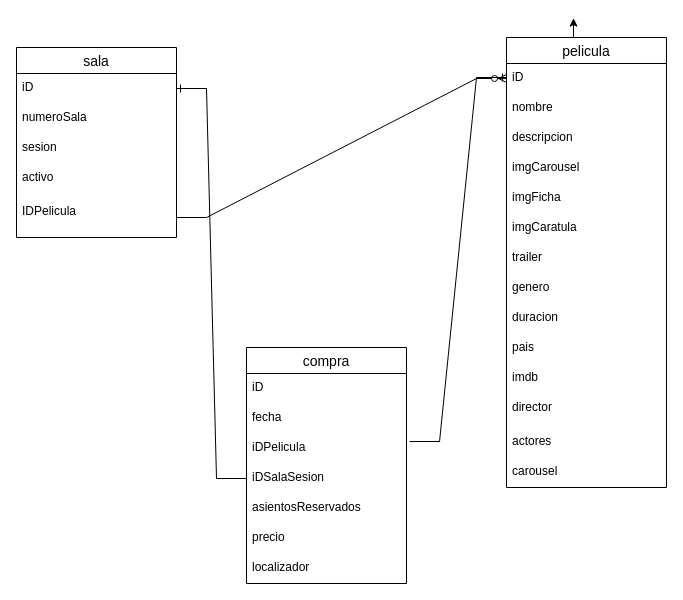
Above: baseDeDatos.drawio in jmanzana1/upgradeProyectoFinal (draw.io), before the change. Source tidied: cells renumbered, new cells numbered last; positions are measured from the earlier drawing's top-left corner, leaving out a move shared by most shapes. Both pictures are drawn from the tidied source at 100%, with x=0, y=0 at pixel (16, 37).
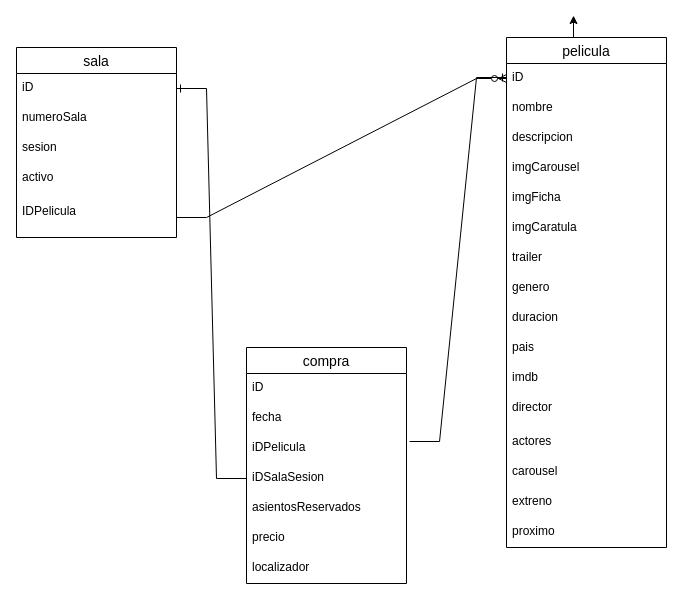
The same page after the edit.

Commit message:
extreno-proximo

What changed in the source:
```diff
@@
     <mxCell id="8" value="pelicula" style="swimlane;fontStyle=0;horizontal=1;startSize=26;align=center;fontSize=14;" parent="1" vertex="1">
-      <mxGeometry x="490" width="160" height="450" as="geometry" />
+      <mxGeometry x="490" width="160" height="510" as="geometry" />
     </mxCell>
@@
+    <mxCell id="35" value="extreno" style="text;strokeColor=none;fillColor=none;spacingLeft=4;spacingRight=4;overflow=hidden;fontSize=12;" parent="8" vertex="1">
+      <mxGeometry y="450" width="160" height="30" as="geometry" />
+    </mxCell>
+    <mxCell id="36" value="proximo" style="text;strokeColor=none;fillColor=none;spacingLeft=4;spacingRight=4;overflow=hidden;fontSize=12;" parent="8" vertex="1">
+      <mxGeometry y="480" width="160" height="30" as="geometry" />
+    </mxCell>
```
